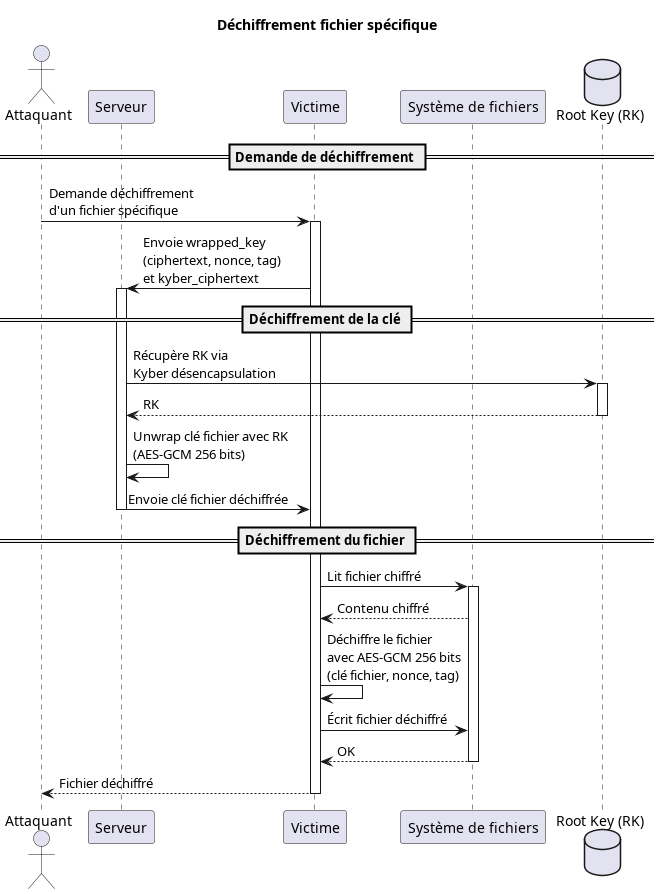
Before: out/schema/03-Dechiffrement_Spécifique.png, a diagram exported from PlantUML (CamilleKoestli/ransomware_postquantum).
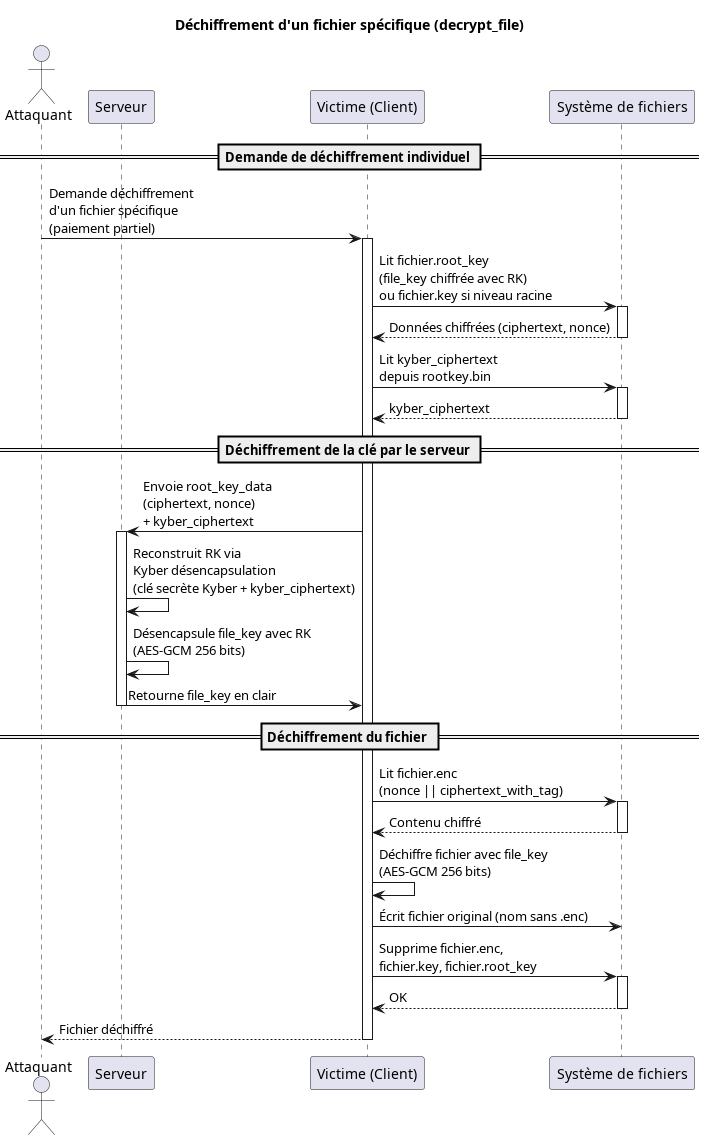
The same diagram one commit later.

Change to the diagram source:
```diff
@@ -1,40 +1,47 @@
 @startuml 03-Dechiffrement_Spécifique
 
-title Déchiffrement fichier spécifique
+title Déchiffrement d'un fichier spécifique (decrypt_file)
 
 actor Attaquant as attacker
 participant "Serveur" as server
-participant "Victime" as victime
+participant "Victime (Client)" as victime
 participant "Système de fichiers" as fs
-database "Root Key (RK)" as rk
 
-== Demande de déchiffrement ==
-attacker -> victime: Demande déchiffrement\nd'un fichier spécifique
+== Demande de déchiffrement individuel ==
+attacker -> victime: Demande déchiffrement\nd'un fichier spécifique\n(paiement partiel)
 activate victime
 
+victime -> fs: Lit fichier.root_key\n(file_key chiffrée avec RK)\nou fichier.key si niveau racine
+activate fs
+fs --> victime: Données chiffrées (ciphertext, nonce)
+deactivate fs
 
-victime -> server: Envoie wrapped_key\n(ciphertext, nonce, tag)\net kyber_ciphertext
+victime -> fs: Lit kyber_ciphertext\ndepuis rootkey.bin
+activate fs
+fs --> victime: kyber_ciphertext
+deactivate fs
+
+== Déchiffrement de la clé par le serveur ==
+victime -> server: Envoie root_key_data\n(ciphertext, nonce)\n+ kyber_ciphertext
 activate server
 
-== Déchiffrement de la clé ==
-server -> rk: Récupère RK via\nKyber désencapsulation
-activate rk
-rk --> server: RK
-deactivate rk
+server -> server: Reconstruit RK via\nKyber désencapsulation\n(clé secrète Kyber + kyber_ciphertext)
+server -> server: Désencapsule file_key avec RK\n(AES-GCM 256 bits)
 
-server -> server: Unwrap clé fichier avec RK\n(AES-GCM 256 bits)
-
-server -> victime: Envoie clé fichier déchiffrée
+server -> victime: Retourne file_key en clair
 deactivate server
 
 == Déchiffrement du fichier ==
-victime -> fs: Lit fichier chiffré
+victime -> fs: Lit fichier.enc\n(nonce || ciphertext_with_tag)
 activate fs
 fs --> victime: Contenu chiffré
+deactivate fs
 
-victime -> victime: Déchiffre le fichier\navec AES-GCM 256 bits\n(clé fichier, nonce, tag)
+victime -> victime: Déchiffre fichier avec file_key\n(AES-GCM 256 bits)
 
-victime -> fs: Écrit fichier déchiffré
+victime -> fs: Écrit fichier original (nom sans .enc)
+victime -> fs: Supprime fichier.enc,\nfichier.key, fichier.root_key
+activate fs
 fs --> victime: OK
 deactivate fs
 
```
